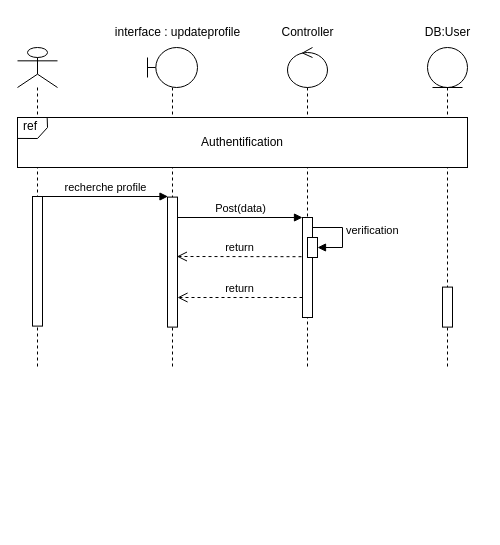
Above: Digram de Séquence/abonner.drawio in mohamedimem/event- (draw.io), before the change. Source tidied: cells renumbered, new cells numbered last; positions are measured from the earlier drawing's top-left corner, leaving out a move shared by most shapes. Both pictures are drawn from the tidied source at 100%, with x=0, y=0 at pixel (17, 17).
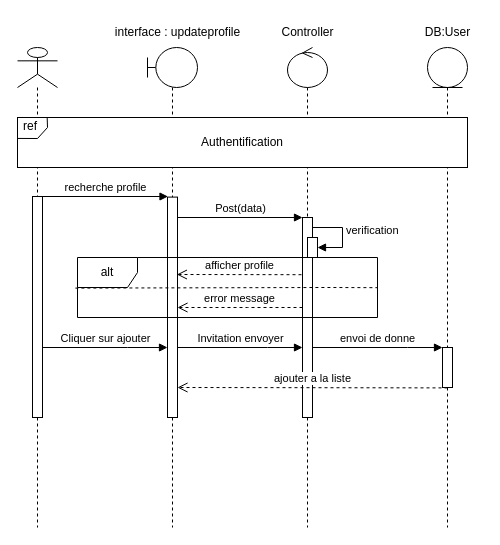
The same page after the edit.

Commit message:
Mettre à jour abonner.drawio

Change to the diagram source:
```diff
@@
     <mxCell id="2" style="shape=umlLifeline;perimeter=lifelinePerimeter;whiteSpace=wrap;html=1;newEdgeStyle={&quot;edgeStyle&quot;:&quot;elbowEdgeStyle&quot;,&quot;elbow&quot;:&quot;vertical&quot;,&quot;curved&quot;:0,&quot;rounded&quot;:0};participant=umlActor;" parent="1" vertex="1">
-      <mxGeometry y="30" width="40" height="320" as="geometry" />
+      <mxGeometry y="30" width="40" height="480" as="geometry" />
     </mxCell>
     <mxCell id="3" style="html=1;points=[];perimeter=orthogonalPerimeter;outlineConnect=0;targetShapes=umlLifeline;portConstraint=eastwest;newEdgeStyle={&quot;edgeStyle&quot;:&quot;elbowEdgeStyle&quot;,&quot;elbow&quot;:&quot;vertical&quot;,&quot;curved&quot;:0,&quot;rounded&quot;:0};" parent="2" vertex="1">
-      <mxGeometry x="15" y="149" width="10" height="129.6" as="geometry" />
+      <mxGeometry x="15" y="149" width="10" height="221" as="geometry" />
     </mxCell>
     <mxCell id="4" style="shape=umlLifeline;perimeter=lifelinePerimeter;whiteSpace=wrap;html=1;newEdgeStyle={&quot;edgeStyle&quot;:&quot;elbowEdgeStyle&quot;,&quot;elbow&quot;:&quot;vertical&quot;,&quot;curved&quot;:0,&quot;rounded&quot;:0};participant=umlBoundary;" parent="1" vertex="1">
-      <mxGeometry x="130" y="30" width="50" height="320" as="geometry" />
+      <mxGeometry x="130" y="30" width="50" height="480" as="geometry" />
     </mxCell>
     <mxCell id="5" style="html=1;points=[];perimeter=orthogonalPerimeter;outlineConnect=0;targetShapes=umlLifeline;portConstraint=eastwest;newEdgeStyle={&quot;edgeStyle&quot;:&quot;elbowEdgeStyle&quot;,&quot;elbow&quot;:&quot;vertical&quot;,&quot;curved&quot;:0,&quot;rounded&quot;:0};" parent="4" vertex="1">
-      <mxGeometry x="20" y="149.6" width="10" height="130" as="geometry" />
+      <mxGeometry x="20" y="149.6" width="10" height="220.4" as="geometry" />
     </mxCell>
     <mxCell id="6" style="shape=umlLifeline;perimeter=lifelinePerimeter;whiteSpace=wrap;html=1;newEdgeStyle={&quot;edgeStyle&quot;:&quot;elbowEdgeStyle&quot;,&quot;elbow&quot;:&quot;vertical&quot;,&quot;curved&quot;:0,&quot;rounded&quot;:0};participant=umlEntity;" parent="1" vertex="1">
-      <mxGeometry x="410" y="30" width="40" height="320" as="geometry" />
+      <mxGeometry x="410" y="30" width="40" height="480" as="geometry" />
     </mxCell>
     <mxCell id="7" style="html=1;points=[];perimeter=orthogonalPerimeter;outlineConnect=0;targetShapes=umlLifeline;portConstraint=eastwest;newEdgeStyle={&quot;edgeStyle&quot;:&quot;elbowEdgeStyle&quot;,&quot;elbow&quot;:&quot;vertical&quot;,&quot;curved&quot;:0,&quot;rounded&quot;:0};" parent="6" vertex="1">
-      <mxGeometry x="15" y="239.6" width="10" height="40" as="geometry" />
+      <mxGeometry x="15" y="300" width="10" height="40" as="geometry" />
     </mxCell>
     <mxCell id="8" style="shape=umlLifeline;perimeter=lifelinePerimeter;whiteSpace=wrap;html=1;newEdgeStyle={&quot;edgeStyle&quot;:&quot;elbowEdgeStyle&quot;,&quot;elbow&quot;:&quot;vertical&quot;,&quot;curved&quot;:0,&quot;rounded&quot;:0};participant=umlControl;" parent="1" vertex="1">
-      <mxGeometry x="270" y="30" width="40" height="320" as="geometry" />
+      <mxGeometry x="270" y="30" width="40" height="480" as="geometry" />
     </mxCell>
     <mxCell id="9" style="html=1;points=[];perimeter=orthogonalPerimeter;outlineConnect=0;targetShapes=umlLifeline;portConstraint=eastwest;newEdgeStyle={&quot;edgeStyle&quot;:&quot;elbowEdgeStyle&quot;,&quot;elbow&quot;:&quot;vertical&quot;,&quot;curved&quot;:0,&quot;rounded&quot;:0};" parent="8" vertex="1">
-      <mxGeometry x="15" y="170" width="10" height="100" as="geometry" />
+      <mxGeometry x="15" y="170" width="10" height="200" as="geometry" />
     </mxCell>
@@
-    <mxCell id="20" value="return" style="html=1;verticalAlign=bottom;endArrow=open;dashed=1;endSize=8;edgeStyle=elbowEdgeStyle;elbow=vertical;curved=0;rounded=0;" parent="1" edge="1">
+    <mxCell id="20" value="afficher profile" style="html=1;verticalAlign=bottom;endArrow=open;dashed=1;endSize=8;edgeStyle=elbowEdgeStyle;elbow=vertical;curved=0;rounded=0;" parent="1" edge="1">
       <mxGeometry relative="1" as="geometry">
-        <mxPoint x="284" y="239.2" as="sourcePoint" />
-        <mxPoint x="159.4" y="239" as="targetPoint" />
+        <mxPoint x="284" y="257.2" as="sourcePoint" />
+        <mxPoint x="159.4" y="257" as="targetPoint" />
         <Array as="points">
-          <mxPoint x="274" y="239" />
-          <mxPoint x="274" y="239" />
+          <mxPoint x="274" y="257" />
+          <mxPoint x="274" y="257" />
         </Array>
       </mxGeometry>
     </mxCell>
-    <mxCell id="21" value="return" style="html=1;verticalAlign=bottom;endArrow=open;dashed=1;endSize=8;edgeStyle=elbowEdgeStyle;elbow=vertical;curved=0;rounded=0;" parent="1" edge="1" source="9" target="5">
+    <mxCell id="21" value="error message" style="html=1;verticalAlign=bottom;endArrow=open;dashed=1;endSize=8;edgeStyle=elbowEdgeStyle;elbow=vertical;curved=0;rounded=0;" parent="1" edge="1" source="9">
       <mxGeometry relative="1" as="geometry">
+        <mxPoint x="160" y="290" as="targetPoint" />
         <Array as="points">
+          <mxPoint x="230" y="290" />
           <mxPoint x="250" y="280" />
+          <mxPoint x="250" y="290" />
         </Array>
       </mxGeometry>
     </mxCell>
+    <mxCell id="22" value="Cliquer sur ajouter" style="html=1;verticalAlign=bottom;endArrow=block;edgeStyle=elbowEdgeStyle;elbow=vertical;curved=0;rounded=0;" parent="1" edge="1" source="3" target="5">
+      <mxGeometry relative="1" as="geometry">
+        <Array as="points">
+          <mxPoint x="110" y="330" />
+        </Array>
+      </mxGeometry>
+    </mxCell>
+    <mxCell id="23" value="Invitation envoyer" style="html=1;verticalAlign=bottom;endArrow=block;edgeStyle=elbowEdgeStyle;elbow=vertical;curved=0;rounded=0;" parent="1" edge="1" source="5" target="9">
+      <mxGeometry relative="1" as="geometry">
+        <Array as="points">
+          <mxPoint x="250" y="330" />
+        </Array>
+      </mxGeometry>
+    </mxCell>
+    <mxCell id="24" value="ajouter a la liste" style="html=1;verticalAlign=bottom;endArrow=open;dashed=1;endSize=8;edgeStyle=elbowEdgeStyle;elbow=vertical;curved=0;rounded=0;" parent="1" edge="1" target="5">
+      <mxGeometry relative="1" as="geometry">
+        <mxPoint x="430" y="370.4" as="sourcePoint" />
+      </mxGeometry>
+    </mxCell>
+    <mxCell id="25" value="envoi de donne" style="html=1;verticalAlign=bottom;endArrow=block;edgeStyle=elbowEdgeStyle;elbow=vertical;curved=0;rounded=0;" parent="1" edge="1" source="9" target="7">
+      <mxGeometry relative="1" as="geometry">
+        <Array as="points">
+          <mxPoint x="390" y="330" />
+        </Array>
+      </mxGeometry>
+    </mxCell>
+    <mxCell id="26" value="alt" style="shape=umlFrame;whiteSpace=wrap;html=1;" parent="1" vertex="1">
+      <mxGeometry x="60" y="240" width="300" height="60" as="geometry" />
+    </mxCell>
+    <mxCell id="27" style="endArrow=none;dashed=1;html=1;rounded=0;exitX=-0.007;exitY=0.51;exitDx=0;exitDy=0;exitPerimeter=0;entryX=1;entryY=0.503;entryDx=0;entryDy=0;entryPerimeter=0;" parent="1" edge="1" source="26" target="26">
+      <mxGeometry relative="1" as="geometry">
+        <Array as="points">
+          <mxPoint x="310" y="270" />
+        </Array>
+      </mxGeometry>
+    </mxCell>
```
